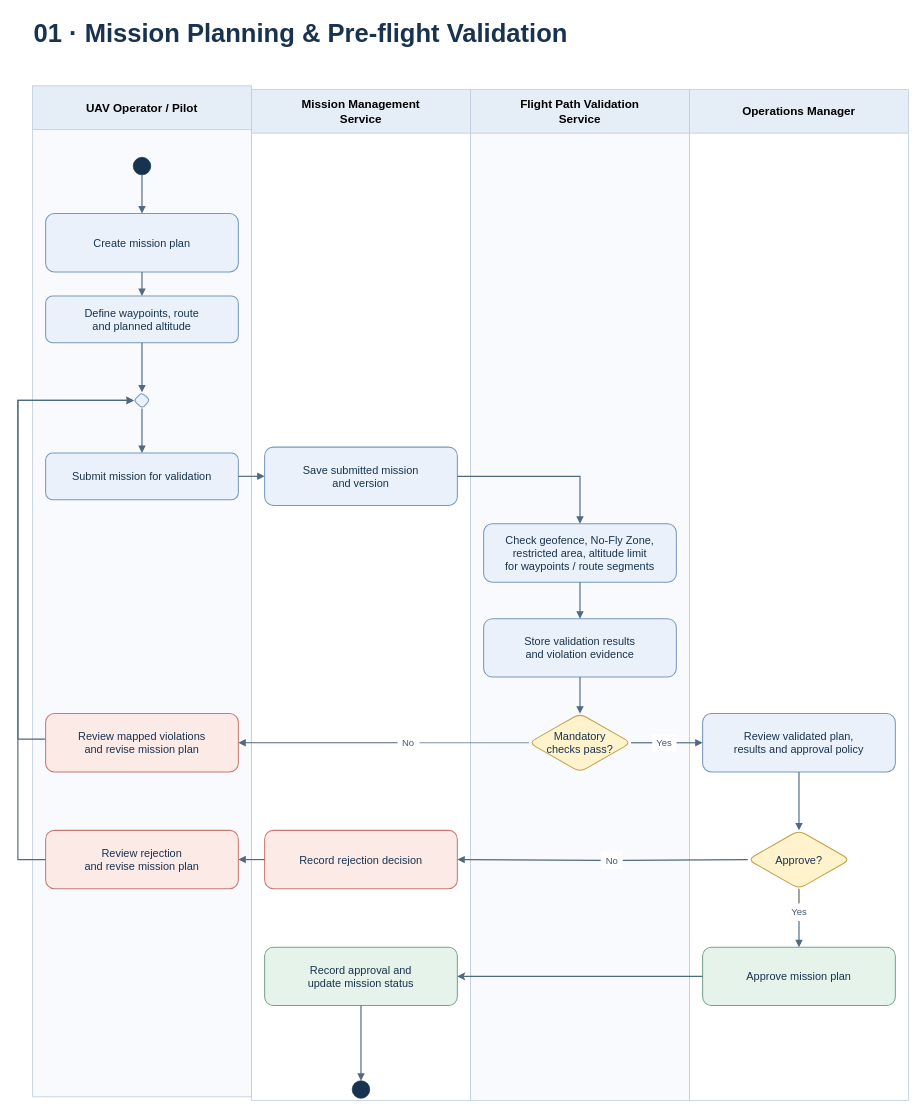
Above: page "01 · Mission Planning & Pre-flight Validation" (1 of 4) of docs/diagrams/Swimlane Diagram/DroneOps Intelligence Swimlane Diagrams.drawio in alexLe2802/DroneOps-Intelligence- (draw.io), before the change. Source tidied: cells renumbered, new cells numbered last; positions are measured from the earlier drawing's top-left corner, leaving out a move shared by most shapes. Both pictures are drawn from the tidied source at 73%, with x=0, y=0 at pixel (18, 12).
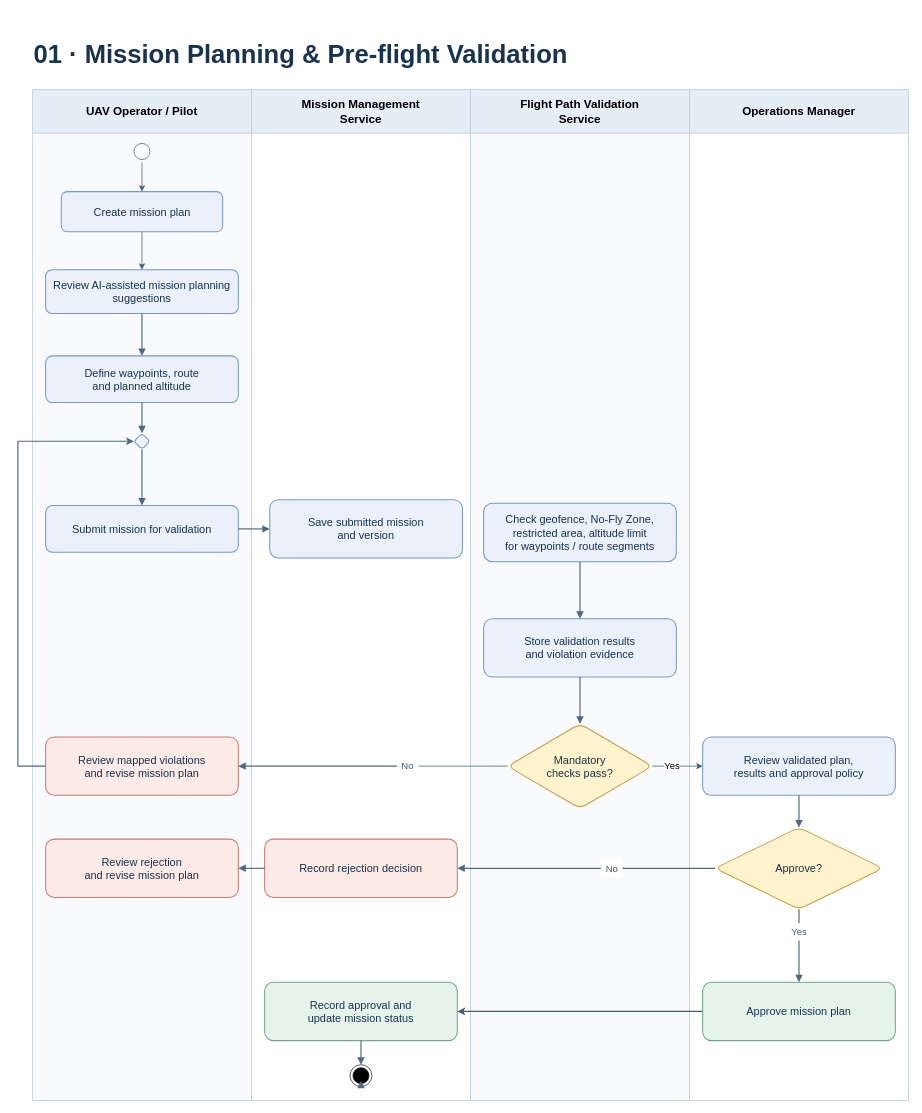
The same page after the edit.

Unchanged cells that the change refers to:
```xml
<mxCell id="12" value="Mission Management&#10;Service" style="swimlane;html=0;startSize=60;horizontal=1;whiteSpace=wrap;fontSize=16;fontStyle=1;fillColor=#E5EDF6;swimlaneFillColor=#FFFFFF;strokeColor=#B8C7D9;" parent="1" vertex="1">
  <mxGeometry x="320" y="105" width="300" height="1385" as="geometry" />
</mxCell>
<mxCell id="18" value="Flight Path Validation&#10;Service" style="swimlane;html=0;startSize=60;horizontal=1;whiteSpace=wrap;fontSize=16;fontStyle=1;fillColor=#E5EDF6;swimlaneFillColor=#F8FAFD;strokeColor=#B8C7D9;" parent="1" vertex="1">
  <mxGeometry x="620" y="105" width="300" height="1385" as="geometry" />
</mxCell>
<mxCell id="22" value="Operations Manager" style="swimlane;html=0;startSize=60;horizontal=1;whiteSpace=wrap;fontSize=16;fontStyle=1;fillColor=#E5EDF6;swimlaneFillColor=#FFFFFF;strokeColor=#B8C7D9;" parent="1" vertex="1">
  <mxGeometry x="920" y="105" width="300" height="1385" as="geometry" />
</mxCell>
```

Change to the diagram source:
```diff
@@
     <mxCell id="2" value="01 · Mission Planning &amp; Pre-flight Validation" style="text;html=0;fontSize=35;fontStyle=1;fontColor=#18334F;align=left;whiteSpace=wrap;" parent="1" vertex="1">
-      <mxGeometry x="20" width="1200" height="90" as="geometry" />
+      <mxGeometry x="20" y="29" width="1200" height="64" as="geometry" />
     </mxCell>
     <mxCell id="3" value="UAV Operator / Pilot" style="swimlane;html=0;startSize=60;horizontal=1;whiteSpace=wrap;fontSize=16;fontStyle=1;fillColor=#E5EDF6;swimlaneFillColor=#F8FAFD;strokeColor=#B8C7D9;" parent="1" vertex="1">
-      <mxGeometry x="20" y="100" width="300" height="1385" as="geometry" />
+      <mxGeometry x="20" y="105" width="300" height="1385" as="geometry" />
     </mxCell>
-    <mxCell id="4" style="ellipse;fillColor=#18334F;strokeColor=#18334F;" parent="3" vertex="1">
-      <mxGeometry x="138" y="98" width="24" height="24" as="geometry" />
-    </mxCell>
-    <mxCell id="5" value="Create mission plan" style="rounded=1;whiteSpace=wrap;html=0;fontSize=15;fontColor=#18334F;spacing=8;fillColor=#EAF1FA;strokeColor=#7899BD;strokeWidth=1.4;" parent="3" vertex="1">
-      <mxGeometry x="18" y="175" width="264" height="80" as="geometry" />
+    <mxCell id="5" value="Review AI-assisted mission planning suggestions" style="rounded=1;whiteSpace=wrap;html=0;fontSize=15;fontColor=#18334F;spacing=8;fillColor=#EAF1FA;strokeColor=#7899BD;strokeWidth=1.4;" parent="3" vertex="1">
+      <mxGeometry x="18" y="247" width="264" height="60" as="geometry" />
     </mxCell>
     <mxCell id="6" value="Define waypoints, route&#10;and planned altitude" style="rounded=1;whiteSpace=wrap;html=0;fontSize=15;fontColor=#18334F;spacing=8;fillColor=#EAF1FA;strokeColor=#7899BD;strokeWidth=1.4;" parent="3" vertex="1">
-      <mxGeometry x="18" y="288" width="264" height="64" as="geometry" />
+      <mxGeometry x="18" y="365" width="264" height="64" as="geometry" />
     </mxCell>
     <mxCell id="7" value="Submit mission for validation" style="rounded=1;whiteSpace=wrap;html=0;fontSize=15;fontColor=#18334F;spacing=8;fillColor=#EAF1FA;strokeColor=#7899BD;strokeWidth=1.4;" parent="3" vertex="1">
-      <mxGeometry x="18" y="503" width="264" height="64" as="geometry" />
+      <mxGeometry x="18" y="570" width="264" height="64" as="geometry" />
     </mxCell>
     <mxCell id="8" style="edgeStyle=orthogonalEdgeStyle;rounded=0;jettySize=auto;html=1;exitX=0;exitY=0.5;exitDx=0;exitDy=0;entryX=0;entryY=0.5;entryDx=0;entryDy=0;strokeWidth=1.6;strokeColor=light-dark(#506982,#8499AF);" parent="3" edge="1" source="9" target="11">
       <mxGeometry relative="1" as="geometry">
         <Array as="points">
-          <mxPoint x="18" y="895" />
-          <mxPoint x="-20" y="895" />
-          <mxPoint x="-20" y="431" />
+          <mxPoint x="-20" y="927" />
+          <mxPoint x="-20" y="482" />
         </Array>
       </mxGeometry>
     </mxCell>
     <mxCell id="9" value="Review mapped violations&#10;and revise mission plan" style="rounded=1;whiteSpace=wrap;html=0;fontSize=15;fontColor=#18334F;spacing=8;fillColor=#FCEAE7;strokeColor=#C77A71;strokeWidth=1.4;" parent="3" vertex="1">
-      <mxGeometry x="18" y="860" width="264" height="80" as="geometry" />
+      <mxGeometry x="18" y="887" width="264" height="80" as="geometry" />
     </mxCell>
     <mxCell id="10" value="Review rejection&#10;and revise mission plan" style="rounded=1;whiteSpace=wrap;html=0;fontSize=15;fontColor=#18334F;spacing=8;fillColor=#FCEAE7;strokeColor=#C77A71;strokeWidth=1.4;" parent="3" vertex="1">
-      <mxGeometry x="18" y="1020" width="264" height="80" as="geometry" />
+      <mxGeometry x="18" y="1027" width="264" height="80" as="geometry" />
     </mxCell>
     <mxCell id="11" style="rhombus;rounded=1;whiteSpace=wrap;html=0;fontSize=15;fontColor=#18334F;spacing=8;fillColor=#EAF1FA;strokeColor=#7899BD;strokeWidth=1.4;" parent="3" vertex="1">
-      <mxGeometry x="139" y="420" width="22" height="22" as="geometry" />
+      <mxGeometry x="139" y="471" width="22" height="22" as="geometry" />
     </mxCell>
+    <mxCell id="50" style="edgeStyle=orthogonalEdgeStyle;rounded=0;jettySize=auto;html=1;exitX=0.5;exitY=1;exitDx=0;exitDy=0;entryX=0.5;entryY=0;entryDx=0;entryDy=0;strokeColor=#425A73;" parent="3" edge="1" source="51" target="53">
+      <mxGeometry relative="1" as="geometry" />
+    </mxCell>
+    <mxCell id="51" style="ellipse;html=1;shape=startState;fillColor=#FFFFFF;strokeColor=#425A73;" parent="3" vertex="1">
+      <mxGeometry x="135" y="70" width="30" height="30" as="geometry" />
+    </mxCell>
+    <mxCell id="52" style="edgeStyle=orthogonalEdgeStyle;rounded=0;jettySize=auto;html=1;exitX=0.5;exitY=1;exitDx=0;exitDy=0;entryX=0.5;entryY=0;entryDx=0;entryDy=0;strokeColor=#425A73;" parent="3" edge="1" source="53" target="5">
+      <mxGeometry relative="1" as="geometry" />
+    </mxCell>
+    <mxCell id="53" value="Create mission plan" style="rounded=1;whiteSpace=wrap;html=0;fontSize=15;fontColor=#18334F;spacing=8;fillColor=#EAF1FA;strokeColor=#7899BD;strokeWidth=1.4;" parent="3" vertex="1">
+      <mxGeometry x="39.5" y="140" width="221" height="55" as="geometry" />
+    </mxCell>
@@
     <mxCell id="13" value="Save submitted mission&#10;and version" style="rounded=1;whiteSpace=wrap;html=0;fontSize=15;fontColor=#18334F;spacing=8;fillColor=#EAF1FA;strokeColor=#7899BD;strokeWidth=1.4;" parent="12" vertex="1">
-      <mxGeometry x="18" y="490" width="264" height="80" as="geometry" />
+      <mxGeometry x="25" y="562" width="264" height="80" as="geometry" />
     </mxCell>
     <mxCell id="14" value="Record rejection decision" style="rounded=1;whiteSpace=wrap;html=0;fontSize=15;fontColor=#18334F;spacing=8;fillColor=#FCEAE7;strokeColor=#C77A71;strokeWidth=1.4;" parent="12" vertex="1">
-      <mxGeometry x="18" y="1015" width="264" height="80" as="geometry" />
+      <mxGeometry x="18" y="1027" width="264" height="80" as="geometry" />
     </mxCell>
     <mxCell id="15" value="Record approval and&#10;update mission status" style="rounded=1;whiteSpace=wrap;html=0;fontSize=15;fontColor=#18334F;spacing=8;fillColor=#E5F3EB;strokeColor=#73A38A;strokeWidth=1.4;" parent="12" vertex="1">
-      <mxGeometry x="18" y="1175" width="264" height="80" as="geometry" />
+      <mxGeometry x="18" y="1223" width="264" height="80" as="geometry" />
     </mxCell>
-    <mxCell id="16" style="shape=doubleEllipse;fillColor=#18334F;strokeColor=#18334F;" parent="12" vertex="1">
-      <mxGeometry x="138" y="1358" width="24" height="24" as="geometry" />
-    </mxCell>
     <mxCell id="17" value="No" style="text;html=0;whiteSpace=wrap;align=center;verticalAlign=middle;fillColor=#FFFFFF;fontSize=13;fontColor=#425A73;" parent="12" vertex="1">
-      <mxGeometry x="200" y="883" width="30" height="24" as="geometry" />
+      <mxGeometry x="199" y="915" width="30" height="24" as="geometry" />
     </mxCell>
+    <mxCell id="54" style="ellipse;html=1;shape=endState;fillColor=#000000;strokeColor=#1B1D1E;" parent="12" vertex="1">
+      <mxGeometry x="135" y="1336" width="30" height="30" as="geometry" />
+    </mxCell>
+    <mxCell id="55" style="edgeStyle=none;rounded=0;html=0;endArrow=block;endFill=1;strokeColor=#506982;strokeWidth=1.6;exitX=0.5;exitY=1.0;entryX=0.5;entryY=0.0;exitPerimeter=0;entryPerimeter=0;" parent="12" edge="1" source="15" target="54">
+      <mxGeometry relative="1" as="geometry" />
+    </mxCell>
@@
     <mxCell id="19" value="Check geofence, No-Fly Zone,&#10;restricted area, altitude limit&#10;for waypoints / route segments" style="rounded=1;whiteSpace=wrap;html=0;fontSize=15;fontColor=#18334F;spacing=8;fillColor=#EAF1FA;strokeColor=#7899BD;strokeWidth=1.4;" parent="18" vertex="1">
-      <mxGeometry x="18" y="595" width="264" height="80" as="geometry" />
+      <mxGeometry x="18" y="567" width="264" height="80" as="geometry" />
     </mxCell>
     <mxCell id="20" value="Mandatory&#10;checks pass?" style="rhombus;rounded=1;whiteSpace=wrap;html=0;fontSize=15;fontColor=#18334F;spacing=8;fillColor=#FFF3CD;strokeColor=#C6A047;strokeWidth=1.4;" parent="18" vertex="1">
-      <mxGeometry x="80" y="855" width="140" height="80" as="geometry" />
+      <mxGeometry x="51" y="869" width="198" height="116" as="geometry" />
     </mxCell>
@@
+    <mxCell id="43" value="No" style="text;html=0;whiteSpace=wrap;align=center;verticalAlign=middle;fillColor=#FFFFFF;fontSize=13;fontColor=#425A73;" parent="18" vertex="1">
+      <mxGeometry x="178.5" y="1055" width="30" height="24" as="geometry" />
+    </mxCell>
@@
     <mxCell id="23" value="Review validated plan,&#10;results and approval policy" style="rounded=1;whiteSpace=wrap;html=0;fontSize=15;fontColor=#18334F;spacing=8;fillColor=#EAF1FA;strokeColor=#7899BD;strokeWidth=1.4;" parent="22" vertex="1">
-      <mxGeometry x="18" y="855" width="264" height="80" as="geometry" />
+      <mxGeometry x="18" y="887" width="264" height="80" as="geometry" />
     </mxCell>
     <mxCell id="24" value="Approve?" style="rhombus;rounded=1;whiteSpace=wrap;html=0;fontSize=15;fontColor=#18334F;spacing=8;fillColor=#FFF3CD;strokeColor=#C6A047;strokeWidth=1.4;" parent="22" vertex="1">
-      <mxGeometry x="80" y="1015" width="140" height="80" as="geometry" />
+      <mxGeometry x="35" y="1011" width="230" height="112" as="geometry" />
     </mxCell>
     <mxCell id="25" value="Approve mission plan" style="rounded=1;whiteSpace=wrap;html=0;fontSize=15;fontColor=#18334F;spacing=8;fillColor=#E5F3EB;strokeColor=#73A38A;strokeWidth=1.4;" parent="22" vertex="1">
-      <mxGeometry x="18" y="1175" width="264" height="80" as="geometry" />
+      <mxGeometry x="18" y="1223" width="264" height="80" as="geometry" />
     </mxCell>
-    <mxCell id="26" style="edgeStyle=none;rounded=0;html=0;endArrow=block;endFill=1;strokeColor=#506982;strokeWidth=1.6;exitX=0.5;exitY=1.0;entryX=0.5;entryY=0.0;exitPerimeter=0;entryPerimeter=0;" parent="1" edge="1" source="4" target="5">
-      <mxGeometry relative="1" as="geometry" />
-    </mxCell>
+    <mxCell id="45" value="Yes" style="text;html=0;whiteSpace=wrap;align=center;verticalAlign=middle;fillColor=#FFFFFF;fontSize=13;fontColor=#425A73;" parent="22" vertex="1">
+      <mxGeometry x="133.5" y="1142" width="33" height="24" as="geometry" />
+    </mxCell>
+    <mxCell id="40" style="edgeStyle=none;rounded=0;html=0;endArrow=block;endFill=1;strokeColor=#506982;strokeWidth=1.6;exitX=0.5;exitY=1.0;entryX=0.5;entryY=0.0;exitPerimeter=0;entryPerimeter=0;" parent="22" edge="1" source="45" target="25">
+      <mxGeometry relative="1" as="geometry" />
+    </mxCell>
+    <mxCell id="46" style="endArrow=none;html=1;rounded=0;entryX=0.5;entryY=1;entryDx=0;entryDy=0;exitX=0.5;exitY=0;exitDx=0;exitDy=0;" parent="22" edge="1" source="45" target="24">
+      <mxGeometry relative="1" as="geometry" />
+    </mxCell>
@@
-    <mxCell id="30" style="edgeStyle=none;rounded=0;html=0;endArrow=block;endFill=1;strokeColor=#506982;strokeWidth=1.6;exitX=1;exitY=0.5;entryX=0;entryY=0.5;exitDx=0;exitDy=0;entryDx=0;entryDy=0;" parent="1" edge="1" source="7" target="13">
-      <mxGeometry relative="1" as="geometry">
-        <Array as="points">
-          <mxPoint x="320" y="635" />
-        </Array>
-      </mxGeometry>
+    <mxCell id="30" style="rounded=0;html=0;endArrow=block;endFill=1;strokeColor=#506982;strokeWidth=1.6;exitX=1;exitY=0.5;entryX=0;entryY=0.5;exitDx=0;exitDy=0;entryDx=0;entryDy=0;" parent="1" edge="1" source="7" target="13">
+      <mxGeometry relative="1" as="geometry" />
     </mxCell>
-    <mxCell id="31" style="edgeStyle=none;rounded=0;html=0;endArrow=block;endFill=1;strokeColor=#506982;strokeWidth=1.6;exitX=1;exitY=0.5;entryX=0.5;entryY=0.0;entryPerimeter=0;exitDx=0;exitDy=0;" parent="1" edge="1" source="13" target="19">
-      <mxGeometry relative="1" as="geometry">
-        <Array as="points">
-          <mxPoint x="770" y="635" />
-          <mxPoint x="770" y="687.5" />
-        </Array>
-      </mxGeometry>
-    </mxCell>
@@
-    <mxCell id="35" style="rounded=0;html=0;endArrow=block;endFill=1;strokeColor=#506982;strokeWidth=1.6;exitX=1;exitY=0.5;entryX=0;entryY=0.5;exitDx=0;exitDy=0;entryDx=0;entryDy=0;" parent="1" edge="1" source="48" target="23">
-      <mxGeometry relative="1" as="geometry" />
-    </mxCell>
@@
-    <mxCell id="39" style="edgeStyle=none;rounded=0;html=0;endArrow=block;endFill=1;strokeColor=#506982;strokeWidth=1.6;exitX=0.0;exitY=0.5;entryX=0.0;entryY=0.5;exitPerimeter=0;entryPerimeter=0;" parent="1" edge="1" source="10" target="11">
-      <mxGeometry relative="1" as="geometry">
-        <Array as="points">
-          <mxPoint y="1160" />
-          <mxPoint y="830" />
-          <mxPoint y="531" />
-        </Array>
-      </mxGeometry>
-    </mxCell>
-    <mxCell id="40" style="edgeStyle=none;rounded=0;html=0;endArrow=block;endFill=1;strokeColor=#506982;strokeWidth=1.6;exitX=0.5;exitY=1.0;entryX=0.5;entryY=0.0;exitPerimeter=0;entryPerimeter=0;" parent="1" edge="1" source="45" target="25">
-      <mxGeometry relative="1" as="geometry" />
-    </mxCell>
-    <mxCell id="41" style="edgeStyle=none;rounded=0;html=0;endArrow=block;endFill=1;strokeColor=#506982;strokeWidth=1.6;exitX=0.5;exitY=1.0;entryX=0.5;entryY=0.0;exitPerimeter=0;entryPerimeter=0;" parent="1" edge="1" source="15" target="16">
-      <mxGeometry relative="1" as="geometry" />
+    <mxCell id="41" style="edgeStyle=none;rounded=0;html=0;endArrow=block;endFill=1;strokeColor=#506982;strokeWidth=1.6;exitX=0.5;exitY=1.0;entryX=0.5;entryY=0.0;exitPerimeter=0;entryPerimeter=0;" parent="1" edge="1" source="54">
+      <mxGeometry relative="1" as="geometry">
+        <mxPoint x="470" y="1463" as="targetPoint" />
+      </mxGeometry>
     </mxCell>
-    <mxCell id="42" style="endArrow=none;html=1;rounded=0;entryX=0;entryY=0.5;entryDx=0;entryDy=0;exitX=1;exitY=0.5;exitDx=0;exitDy=0;strokeColor=light-dark(#506982,#8499AF);" parent="1" edge="1" source="17" target="20">
+    <mxCell id="42" style="endArrow=none;html=1;rounded=0;entryX=0;entryY=0.5;entryDx=0;entryDy=0;exitX=1;exitY=0.5;exitDx=0;exitDy=0;strokeColor=light-dark(#425A73,#8499AF);" parent="1" edge="1" source="17" target="20">
       <mxGeometry relative="1" as="geometry" />
     </mxCell>
-    <mxCell id="43" value="No" style="text;html=0;whiteSpace=wrap;align=center;verticalAlign=middle;fillColor=#FFFFFF;fontSize=13;fontColor=#425A73;" parent="1" vertex="1">
-      <mxGeometry x="798.5" y="1149" width="30" height="24" as="geometry" />
-    </mxCell>
@@
-    <mxCell id="45" value="Yes" style="text;html=0;whiteSpace=wrap;align=center;verticalAlign=middle;fillColor=#FFFFFF;fontSize=13;fontColor=#425A73;" parent="1" vertex="1">
-      <mxGeometry x="1053.5" y="1220" width="33" height="24" as="geometry" />
-    </mxCell>
-    <mxCell id="46" style="endArrow=none;html=1;rounded=0;entryX=0.5;entryY=1;entryDx=0;entryDy=0;exitX=0.5;exitY=0;exitDx=0;exitDy=0;" parent="1" edge="1" source="45" target="24">
-      <mxGeometry relative="1" as="geometry" />
-    </mxCell>
-    <mxCell id="47" style="edgeStyle=orthogonalEdgeStyle;rounded=0;jettySize=auto;html=1;exitX=0;exitY=0.5;exitDx=0;exitDy=0;entryX=1;entryY=0.5;entryDx=0;entryDy=0;strokeColor=light-dark(#506982,#8499AF);strokeWidth=1.6;" parent="1" edge="1" source="25" target="15">
+    <mxCell id="47" style="edgeStyle=orthogonalEdgeStyle;rounded=0;jettySize=auto;html=1;exitX=0;exitY=0.5;exitDx=0;exitDy=0;entryX=1;entryY=0.5;entryDx=0;entryDy=0;strokeColor=light-dark(#425A73,#8499AF);strokeWidth=1.6;" parent="1" edge="1" source="25" target="15">
       <mxGeometry relative="1" as="geometry" />
     </mxCell>
+    <mxCell id="56" style="edgeStyle=orthogonalEdgeStyle;rounded=0;jettySize=auto;html=1;exitX=1;exitY=0.5;exitDx=0;exitDy=0;entryX=0;entryY=0.5;entryDx=0;entryDy=0;strokeColor=#425A73;" parent="1" edge="1" source="20" target="23">
+      <mxGeometry relative="1" as="geometry" />
+    </mxCell>
-    <mxCell id="48" value="Yes" style="text;html=0;whiteSpace=wrap;align=center;verticalAlign=middle;fillColor=#FFFFFF;fontSize=13;fontColor=#425A73;" parent="1" vertex="1">
-      <mxGeometry x="869" y="988" width="33" height="24" as="geometry" />
+    <mxCell id="48" value="Yes" style="edgeLabel;html=1;align=center;verticalAlign=middle;points=[];fontSize=13;" parent="56" vertex="1">
+      <mxGeometry x="-0.24" y="2" relative="1" as="geometry" />
     </mxCell>
-    <mxCell id="49" style="endArrow=none;html=1;rounded=0;entryX=1;entryY=0.5;entryDx=0;entryDy=0;exitX=0;exitY=0.5;exitDx=0;exitDy=0;strokeWidth=1.6;strokeColor=light-dark(#506982,#8499AF);" parent="1" edge="1" source="48" target="20">
-      <mxGeometry relative="1" as="geometry" />
-    </mxCell>
```
